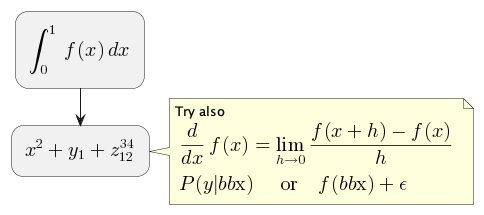
This is static/img/posts/plantuml-diagrams/sample-math.png from dpwiese/personal-website, a PlantUML export, as it was before one commit. Source of this version:
```plantuml
@startuml
:<math>int_0^1f(x)dx</math>;
:<math>x^2+y_1+z_12^34</math>;
note right
Try also
<math>d/dxf(x)=lim_(h->0)(f(x+h)-f(x))/h</math>
<math>P(y|bb"x") or f(bb"x")+epsilon</math>
end note
@enduml
```
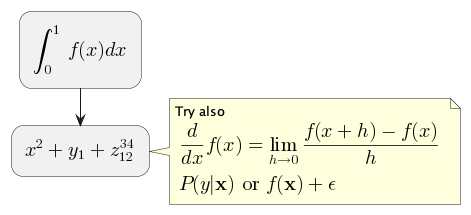
After the commit.

Change to the diagram source:
```diff
@@ -1,9 +1,9 @@
 @startuml
-:<math>int_0^1f(x)dx</math>;
-:<math>x^2+y_1+z_12^34</math>;
+:<latex>\int_0^1f(x)dx</latex>;
+:<latex>x^2+y_1+z_{12}^{34}</latex>;
 note right
 Try also
-<math>d/dxf(x)=lim_(h->0)(f(x+h)-f(x))/h</math>
-<math>P(y|bb"x") or f(bb"x")+epsilon</math>
+<latex>\dfrac{d}{dx}f(x)=\lim\limits_{h \to 0}\dfrac{f(x+h)-f(x)}{h}</latex>
+<latex>P(y|\mathbf{x}) \mbox{ or } f(\mathbf{x})+\epsilon</latex>
 end note
 @enduml
```
